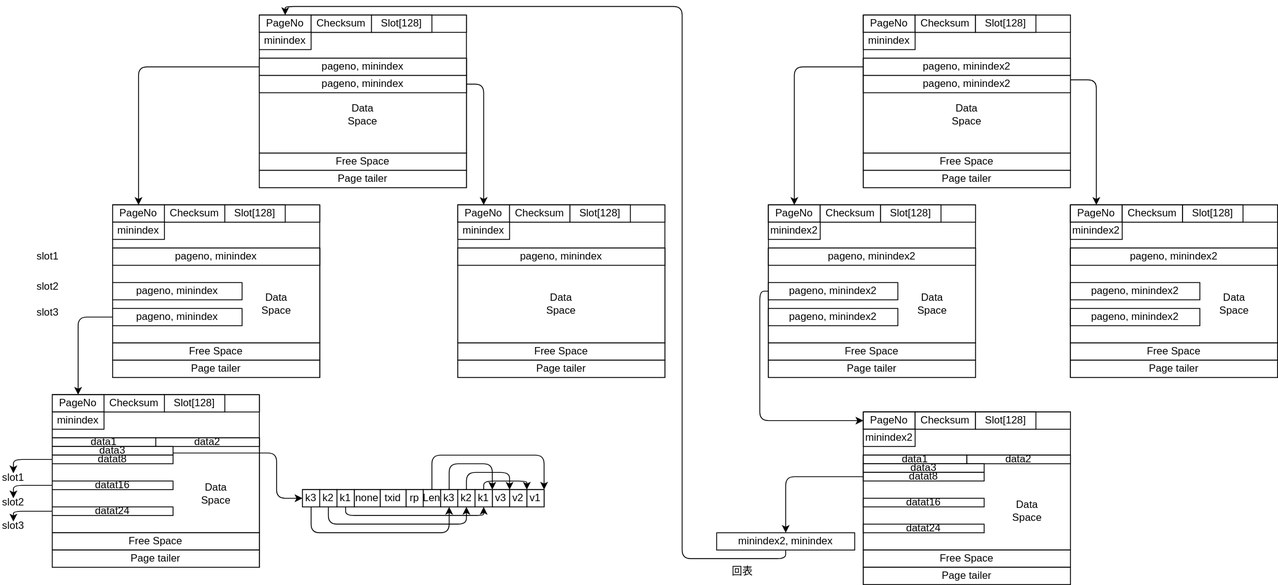
Before: database/mydatabase.drawio.svg, a diagram exported from draw.io (JohnMicl/golangexamples). Source tidied: cells renumbered, new cells last; positions are measured from the earlier drawing's top-left corner, leaving out a move shared by most shapes.
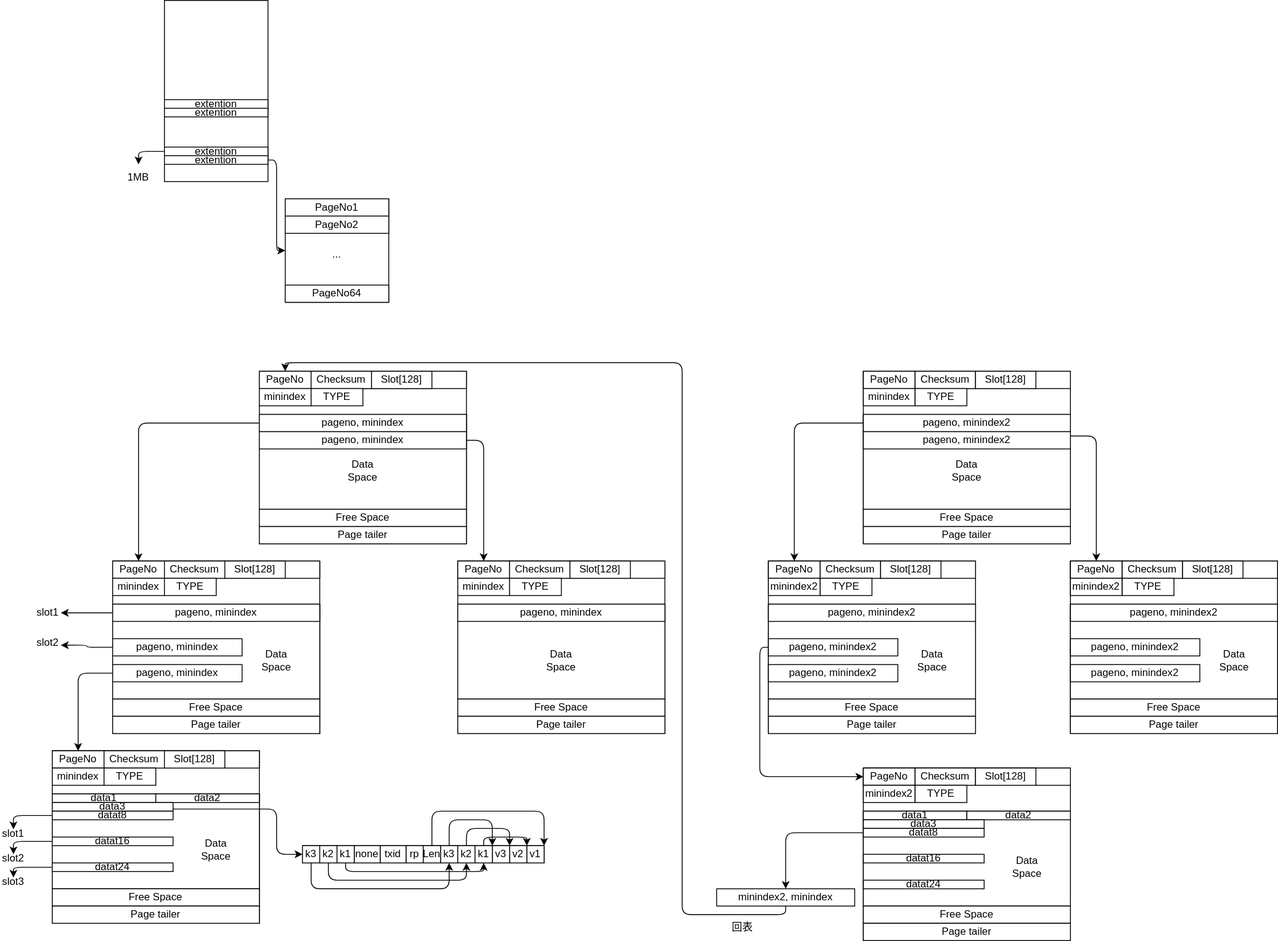
Later version of the same file.

The edit, as a diff of the source:
```diff
@@ -170,9 +170,15 @@
     <mxCell id="47" style="whiteSpace=wrap;html=1;" parent="1" vertex="1">
       <mxGeometry x="130" y="280" width="240" height="110" as="geometry" />
     </mxCell>
+    <mxCell id="149" style="edgeStyle=orthogonalEdgeStyle;html=1;exitX=0;exitY=0.5;exitDx=0;exitDy=0;entryX=1;entryY=0.5;entryDx=0;entryDy=0;" parent="1" edge="1" source="48" target="60">
+      <mxGeometry relative="1" as="geometry" />
+    </mxCell>
     <mxCell id="48" value="pageno, minindex" style="whiteSpace=wrap;html=1;" parent="1" vertex="1">
       <mxGeometry x="130" y="280" width="240" height="20" as="geometry" />
     </mxCell>
+    <mxCell id="150" style="edgeStyle=orthogonalEdgeStyle;html=1;exitX=0;exitY=0.5;exitDx=0;exitDy=0;entryX=1;entryY=0.75;entryDx=0;entryDy=0;" parent="1" edge="1" source="49" target="61">
+      <mxGeometry relative="1" as="geometry" />
+    </mxCell>
     <mxCell id="49" value="pageno, minindex" style="whiteSpace=wrap;html=1;" parent="1" vertex="1">
       <mxGeometry x="130" y="320" width="150" height="20" as="geometry" />
     </mxCell>
@@ -212,9 +218,6 @@
     <mxCell id="61" value="slot2" style="text;strokeColor=none;align=center;fillColor=none;html=1;verticalAlign=middle;whiteSpace=wrap;rounded=0;" parent="1" vertex="1">
       <mxGeometry x="40" y="320" width="30" height="10" as="geometry" />
     </mxCell>
-    <mxCell id="62" value="slot3" style="text;strokeColor=none;align=center;fillColor=none;html=1;verticalAlign=middle;whiteSpace=wrap;rounded=0;" parent="1" vertex="1">
-      <mxGeometry x="40" y="350" width="30" height="10" as="geometry" />
-    </mxCell>
     <mxCell id="63" style="whiteSpace=wrap;html=1;" parent="1" vertex="1">
       <mxGeometry x="530" y="230" width="240" height="200" as="geometry" />
     </mxCell>
@@ -480,5 +483,68 @@
     <mxCell id="148" value="回表" style="text;strokeColor=none;align=center;fillColor=none;html=1;verticalAlign=middle;whiteSpace=wrap;rounded=0;" parent="1" vertex="1">
       <mxGeometry x="830" y="640" width="60" height="30" as="geometry" />
     </mxCell>
+    <mxCell id="151" style="whiteSpace=wrap;html=1;" parent="1" vertex="1">
+      <mxGeometry x="190" y="-420" width="120" height="210" as="geometry" />
+    </mxCell>
+    <mxCell id="152" value="extention" style="whiteSpace=wrap;html=1;" parent="1" vertex="1">
+      <mxGeometry x="190" y="-305" width="120" height="10" as="geometry" />
+    </mxCell>
+    <mxCell id="153" value="extention" style="whiteSpace=wrap;html=1;" parent="1" vertex="1">
+      <mxGeometry x="190" y="-295" width="120" height="10" as="geometry" />
+    </mxCell>
+    <mxCell id="154" style="edgeStyle=orthogonalEdgeStyle;html=1;exitX=0;exitY=0.5;exitDx=0;exitDy=0;" parent="1" edge="1" source="155" target="163">
+      <mxGeometry relative="1" as="geometry" />
+    </mxCell>
+    <mxCell id="155" value="extention" style="whiteSpace=wrap;html=1;" parent="1" vertex="1">
+      <mxGeometry x="190" y="-250" width="120" height="10" as="geometry" />
+    </mxCell>
+    <mxCell id="156" style="edgeStyle=orthogonalEdgeStyle;html=1;exitX=1;exitY=0.5;exitDx=0;exitDy=0;entryX=0;entryY=0.5;entryDx=0;entryDy=0;" parent="1" edge="1" source="157" target="158">
+      <mxGeometry relative="1" as="geometry" />
+    </mxCell>
+    <mxCell id="157" value="extention" style="whiteSpace=wrap;html=1;" parent="1" vertex="1">
+      <mxGeometry x="190" y="-240" width="120" height="10" as="geometry" />
+    </mxCell>
+    <mxCell id="158" style="whiteSpace=wrap;html=1;" parent="1" vertex="1">
+      <mxGeometry x="330" y="-190" width="120" height="120" as="geometry" />
+    </mxCell>
+    <mxCell id="159" value="PageNo1" style="whiteSpace=wrap;html=1;" parent="1" vertex="1">
+      <mxGeometry x="330" y="-190" width="120" height="20" as="geometry" />
+    </mxCell>
+    <mxCell id="160" value="PageNo64" style="whiteSpace=wrap;html=1;" parent="1" vertex="1">
+      <mxGeometry x="330" y="-90" width="120" height="20" as="geometry" />
+    </mxCell>
+    <mxCell id="161" value="PageNo2" style="whiteSpace=wrap;html=1;" parent="1" vertex="1">
+      <mxGeometry x="330" y="-170" width="120" height="20" as="geometry" />
+    </mxCell>
+    <mxCell id="162" value="..." style="text;strokeColor=none;align=center;fillColor=none;html=1;verticalAlign=middle;whiteSpace=wrap;rounded=0;" parent="1" vertex="1">
+      <mxGeometry x="360" y="-140" width="60" height="30" as="geometry" />
+    </mxCell>
+    <mxCell id="163" value="1MB" style="text;strokeColor=none;align=center;fillColor=none;html=1;verticalAlign=middle;whiteSpace=wrap;rounded=0;" parent="1" vertex="1">
+      <mxGeometry x="130" y="-230" width="60" height="30" as="geometry" />
+    </mxCell>
+    <mxCell id="164" value="TYPE" style="whiteSpace=wrap;html=1;" parent="1" vertex="1">
+      <mxGeometry x="360" y="30" width="60" height="20" as="geometry" />
+    </mxCell>
+    <mxCell id="165" value="TYPE" style="whiteSpace=wrap;html=1;" parent="1" vertex="1">
+      <mxGeometry x="190" y="250" width="60" height="20" as="geometry" />
+    </mxCell>
+    <mxCell id="166" value="TYPE" style="whiteSpace=wrap;html=1;" parent="1" vertex="1">
+      <mxGeometry x="590" y="250" width="60" height="20" as="geometry" />
+    </mxCell>
+    <mxCell id="167" value="TYPE" style="whiteSpace=wrap;html=1;" parent="1" vertex="1">
+      <mxGeometry x="120" y="470" width="60" height="20" as="geometry" />
+    </mxCell>
+    <mxCell id="168" value="TYPE" style="whiteSpace=wrap;html=1;" parent="1" vertex="1">
+      <mxGeometry x="950" y="250" width="60" height="20" as="geometry" />
+    </mxCell>
+    <mxCell id="169" value="TYPE" style="whiteSpace=wrap;html=1;" parent="1" vertex="1">
+      <mxGeometry x="1060" y="30" width="60" height="20" as="geometry" />
+    </mxCell>
+    <mxCell id="170" value="TYPE" style="whiteSpace=wrap;html=1;" parent="1" vertex="1">
+      <mxGeometry x="1300" y="250" width="60" height="20" as="geometry" />
+    </mxCell>
+    <mxCell id="171" value="TYPE" style="whiteSpace=wrap;html=1;" parent="1" vertex="1">
+      <mxGeometry x="1060" y="490" width="60" height="20" as="geometry" />
+    </mxCell>
   </root>
 </mxGraphModel>
```
